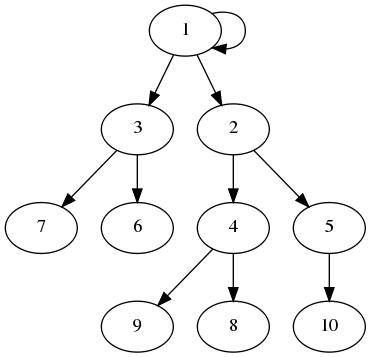
This is agrith_util/tree/tree.png from zhaochl/python-utils, a Graphviz export, as it was before one commit. Its source is kept beside it as agrith_util/tree/tree.dot. Source of this version:
```dot
strict digraph  {
	graph [epsilon="0.001"];
	1 -> 3;
	1 -> 1;
	1 -> 2;
	2 -> 4;
	2 -> 5;
	4 -> 9;
	4 -> 8;
	5 -> 10;
	3 -> 7;
	3 -> 6;
}
```
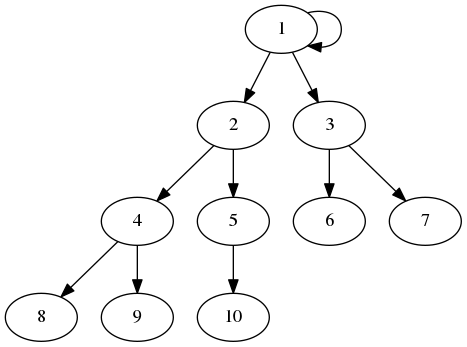
After the change.

Change to the diagram source:
```diff
@@ -1,13 +1,13 @@
 strict digraph  {
-	graph [epsilon="0.001"];
-	1 -> 3;
+	graph [epsilon=0.001];
 	1 -> 1;
 	1 -> 2;
+	1 -> 3;
 	2 -> 4;
 	2 -> 5;
+	4 -> 8;
 	4 -> 9;
-	4 -> 8;
 	5 -> 10;
+	3 -> 6;
 	3 -> 7;
-	3 -> 6;
 }
```
